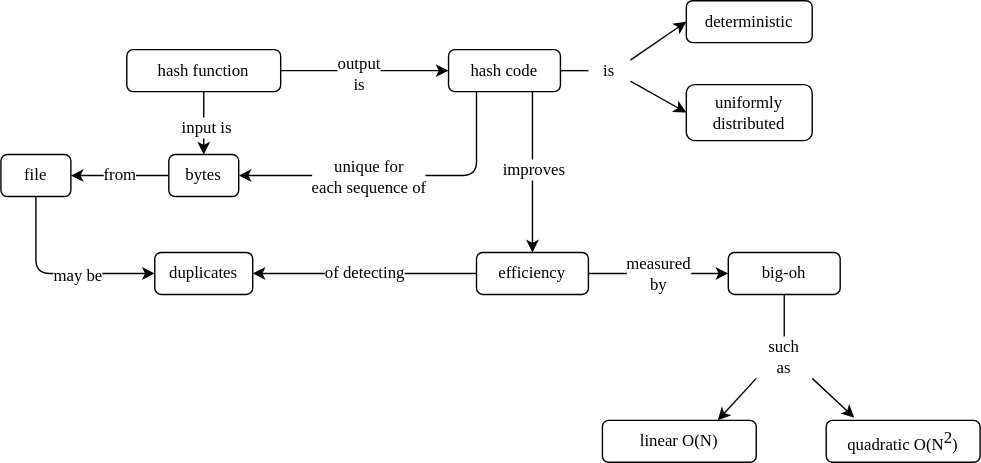
The draw.io diagram sdxpy/dup/concept_map.svg in gvwilson/thirdbit, before a commit. Source tidied: cells renumbered, new cells last; positions are measured from the earlier drawing's top-left corner, leaving out a move shared by most shapes.
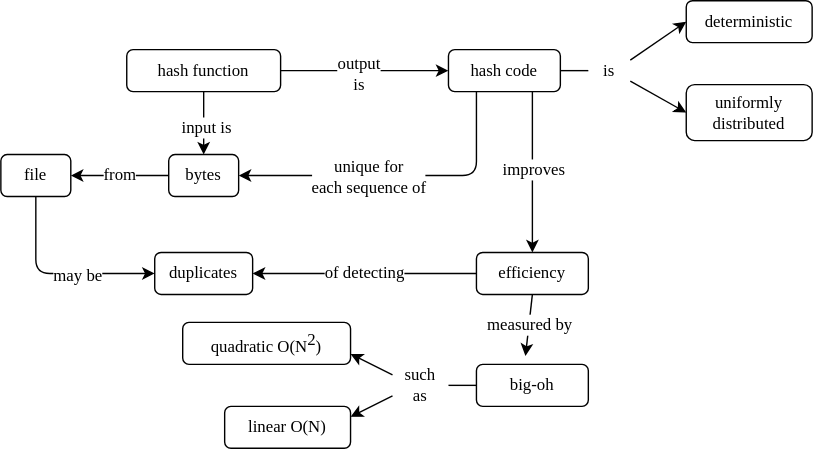
Above is the later version.

What changed in the source:
```diff
@@ -85,27 +85,27 @@
       <mxGeometry relative="1" as="geometry" />
     </mxCell>
     <mxCell id="26" value="big-oh" style="rounded=1;whiteSpace=wrap;html=1;fillColor=none;fontFamily=Verdana;fontSize=12;" parent="1" vertex="1">
-      <mxGeometry x="520" y="180" width="80" height="30" as="geometry" />
+      <mxGeometry x="340" y="260" width="80" height="30" as="geometry" />
     </mxCell>
-    <mxCell id="27" value="measured&lt;br style=&quot;font-size: 12px;&quot;&gt;by" style="endArrow=classic;html=1;rounded=1;fontFamily=Verdana;fontSize=12;entryX=0;entryY=0.5;entryDx=0;entryDy=0;exitX=1;exitY=0.5;exitDx=0;exitDy=0;" parent="1" edge="1" source="22" target="26">
+    <mxCell id="27" value="measured by" style="endArrow=classic;html=1;rounded=1;fontFamily=Verdana;fontSize=12;entryX=0.438;entryY=-0.2;entryDx=0;entryDy=0;exitX=0.5;exitY=1;exitDx=0;exitDy=0;entryPerimeter=0;" parent="1" edge="1" source="22" target="26">
       <mxGeometry relative="1" as="geometry" />
     </mxCell>
     <mxCell id="28" value="such&lt;br style=&quot;font-size: 12px;&quot;&gt;as" style="text;html=1;strokeColor=none;fillColor=none;align=center;verticalAlign=middle;whiteSpace=wrap;rounded=0;fontFamily=Verdana;fontSize=12;" parent="1" vertex="1">
-      <mxGeometry x="540" y="240" width="40" height="30" as="geometry" />
+      <mxGeometry x="280" y="260" width="40" height="30" as="geometry" />
     </mxCell>
-    <mxCell id="29" style="endArrow=none;html=1;rounded=1;fontFamily=Verdana;fontSize=12;entryX=0.5;entryY=0;entryDx=0;entryDy=0;exitX=0.5;exitY=1;exitDx=0;exitDy=0;" parent="1" edge="1" source="26" target="28">
+    <mxCell id="29" style="endArrow=none;html=1;rounded=1;fontFamily=Verdana;fontSize=12;entryX=1;entryY=0.5;entryDx=0;entryDy=0;exitX=0;exitY=0.5;exitDx=0;exitDy=0;" parent="1" edge="1" source="26" target="28">
       <mxGeometry relative="1" as="geometry" />
     </mxCell>
     <mxCell id="30" value="linear O(N)" style="rounded=1;whiteSpace=wrap;html=1;fillColor=none;fontFamily=Verdana;fontSize=12;" parent="1" vertex="1">
-      <mxGeometry x="430" y="300" width="110" height="30" as="geometry" />
+      <mxGeometry x="160" y="290" width="90" height="30" as="geometry" />
     </mxCell>
     <mxCell id="31" value="quadratic O(N&lt;sup style=&quot;font-size: 12px;&quot;&gt;2&lt;/sup&gt;)" style="rounded=1;whiteSpace=wrap;html=1;fillColor=none;fontFamily=Verdana;fontSize=12;" parent="1" vertex="1">
-      <mxGeometry x="590" y="300" width="110" height="30" as="geometry" />
+      <mxGeometry x="130" y="230" width="120" height="30" as="geometry" />
     </mxCell>
-    <mxCell id="32" style="endArrow=classic;html=1;rounded=1;fontFamily=Verdana;fontSize=12;entryX=0.75;entryY=0;entryDx=0;entryDy=0;exitX=0;exitY=1;exitDx=0;exitDy=0;" parent="1" edge="1" source="28" target="30">
+    <mxCell id="32" style="endArrow=classic;html=1;rounded=1;fontFamily=Verdana;fontSize=12;exitX=0;exitY=0.75;exitDx=0;exitDy=0;entryX=1;entryY=0.25;entryDx=0;entryDy=0;" parent="1" edge="1" source="28" target="30">
       <mxGeometry relative="1" as="geometry" />
     </mxCell>
-    <mxCell id="33" style="endArrow=classic;html=1;rounded=1;fontFamily=Verdana;fontSize=12;entryX=0.182;entryY=-0.067;entryDx=0;entryDy=0;exitX=1;exitY=1;exitDx=0;exitDy=0;entryPerimeter=0;" parent="1" edge="1" source="28" target="31">
+    <mxCell id="33" style="endArrow=classic;html=1;rounded=1;fontFamily=Verdana;fontSize=12;entryX=1;entryY=0.75;entryDx=0;entryDy=0;exitX=0;exitY=0.25;exitDx=0;exitDy=0;" parent="1" edge="1" source="28" target="31">
       <mxGeometry relative="1" as="geometry" />
     </mxCell>
   </root>
```
